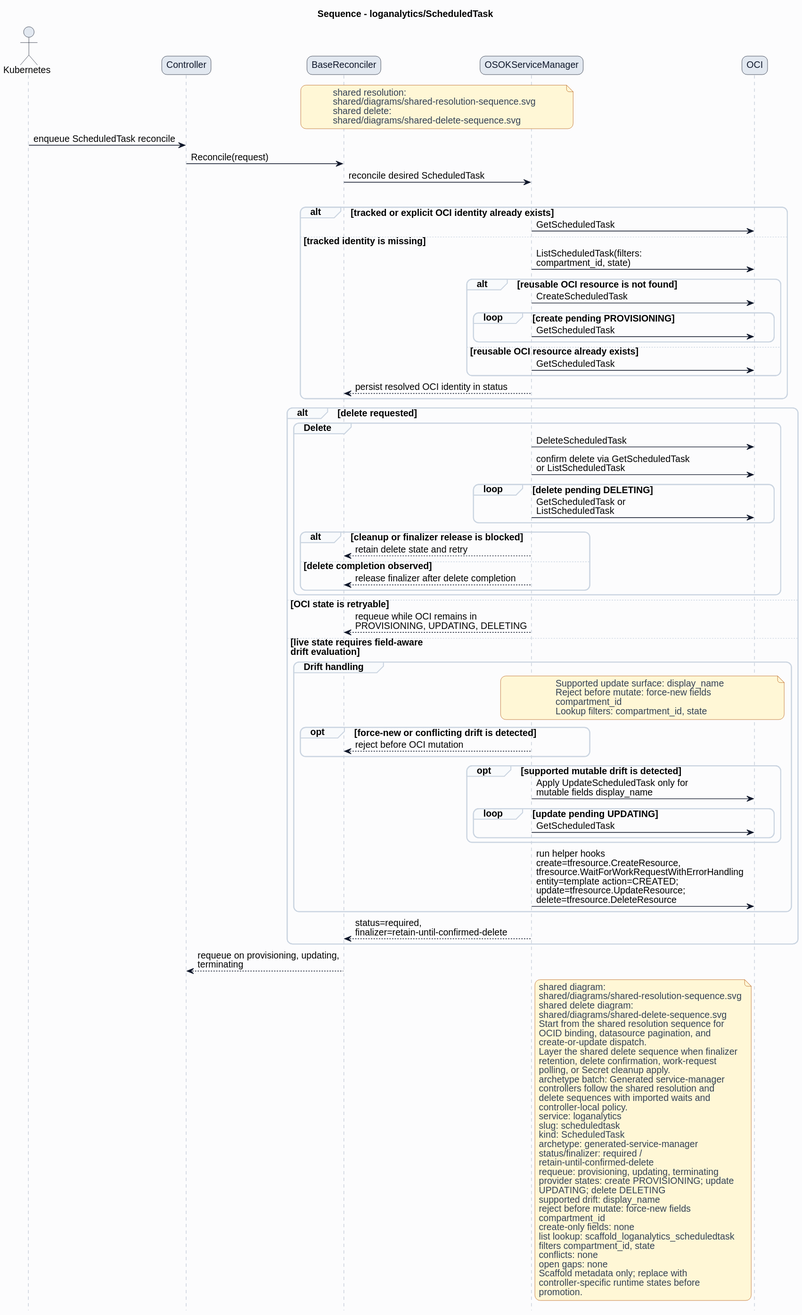
This is formal/controllers/loganalytics/scheduledtask/diagrams/sequence.svg from HaoyL666/oci-service-operator, a PlantUML export, as it was before one commit. Source of this version:
```plantuml
@startuml
skinparam shadowing false
skinparam backgroundColor #fcfcfd
skinparam defaultFontName Helvetica
skinparam defaultFontSize 14
skinparam arrowColor #0f172a
skinparam noteBackgroundColor #fff7d6
skinparam noteBorderColor #b45309
skinparam noteFontColor #334155
skinparam roundcorner 16
title Sequence - loganalytics/ScheduledTask
hide footbox
skinparam sequence {
  actorBorderColor #0f172a
  actorBackgroundColor #e2e8f0
  participantBorderColor #0f172a
  participantBackgroundColor #e2e8f0
  participantFontColor #0f172a
  lifeLineBorderColor #94a3b8
  groupBorderColor #cbd5e1
  groupBackgroundColor #f8fafc
}
actor Kubernetes
participant Controller
participant BaseReconciler
participant "OSOKServiceManager" as ServiceManager
participant OCI
note over BaseReconciler,ServiceManager
shared resolution:
shared/diagrams/shared-resolution-sequence.svg
shared delete:
shared/diagrams/shared-delete-sequence.svg
end note
Kubernetes -> Controller: enqueue ScheduledTask reconcile
Controller -> BaseReconciler: Reconcile(request)
BaseReconciler -> ServiceManager: reconcile desired ScheduledTask
group Lookup and bind
alt tracked or explicit OCI identity already exists
ServiceManager -> OCI: GetScheduledTask
else tracked identity is missing
ServiceManager -> OCI: ListScheduledTask(filters:\ncompartment_id, state)
alt reusable OCI resource is not found
ServiceManager -> OCI: CreateScheduledTask
loop create pending PROVISIONING
ServiceManager -> OCI: GetScheduledTask
end
else reusable OCI resource already exists
ServiceManager -> OCI: GetScheduledTask
end
ServiceManager --> BaseReconciler: persist resolved OCI identity in status
end
alt delete requested
group Delete
ServiceManager -> OCI: DeleteScheduledTask
ServiceManager -> OCI: confirm delete via GetScheduledTask\nor ListScheduledTask
loop delete pending DELETING
ServiceManager -> OCI: GetScheduledTask or\nListScheduledTask
end
alt cleanup or finalizer release is blocked
ServiceManager --> BaseReconciler: retain delete state and retry
else delete completion observed
ServiceManager --> BaseReconciler: release finalizer after delete completion
end
end
else OCI state is retryable
ServiceManager --> BaseReconciler: requeue while OCI remains in\nPROVISIONING, UPDATING, DELETING
else live state requires field-aware\ndrift evaluation
group Drift handling
note over ServiceManager,OCI
Supported update surface: display_name
Reject before mutate: force-new fields
compartment_id
Lookup filters: compartment_id, state
end note
opt force-new or conflicting drift is detected
ServiceManager --> BaseReconciler: reject before OCI mutation
end
opt supported mutable drift is detected
ServiceManager -> OCI: Apply UpdateScheduledTask only for\nmutable fields display_name
loop update pending UPDATING
ServiceManager -> OCI: GetScheduledTask
end
end
ServiceManager -> OCI: run helper hooks\ncreate=tfresource.CreateResource,\ntfresource.WaitForWorkRequestWithErrorHandling\nentity=template action=CREATED;\nupdate=tfresource.UpdateResource;\ndelete=tfresource.DeleteResource
end
ServiceManager --> BaseReconciler: status=required,\nfinalizer=retain-until-confirmed-delete
end
BaseReconciler --> Controller: requeue on provisioning, updating,\nterminating
note right of ServiceManager
shared diagram:
shared/diagrams/shared-resolution-sequence.svg
shared delete diagram:
shared/diagrams/shared-delete-sequence.svg
Start from the shared resolution sequence for
OCID binding, datasource pagination, and
create-or-update dispatch.
Layer the shared delete sequence when finalizer
retention, delete confirmation, work-request
polling, or Secret cleanup apply.
archetype batch: Generated service-manager
controllers follow the shared resolution and
delete sequences with imported waits and
controller-local policy.
service: loganalytics
slug: scheduledtask
kind: ScheduledTask
archetype: generated-service-manager
status/finalizer: required /
retain-until-confirmed-delete
requeue: provisioning, updating, terminating
provider states: create PROVISIONING; update
UPDATING; delete DELETING
supported drift: display_name
reject before mutate: force-new fields
compartment_id
create-only fields: none
list lookup: scaffold_loganalytics_scheduledtask
filters compartment_id, state
conflicts: none
open gaps: none
Scaffold metadata only; replace with
controller-specific runtime states before
promotion.
end note
@enduml
```
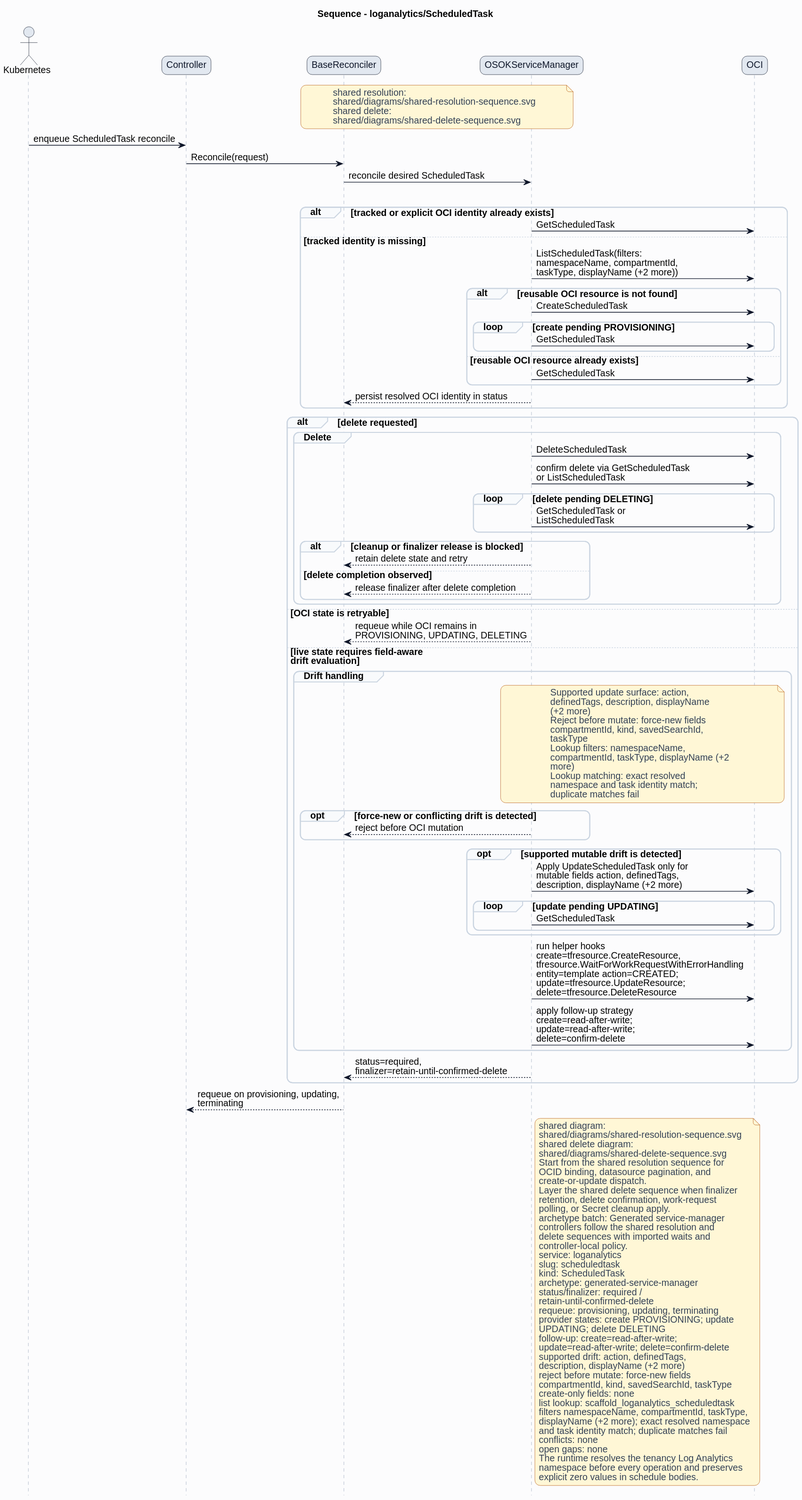
After the commit.

What changed in the source:
```diff
@@ -38,7 +38,7 @@
 alt tracked or explicit OCI identity already exists
 ServiceManager -> OCI: GetScheduledTask
 else tracked identity is missing
-ServiceManager -> OCI: ListScheduledTask(filters:\ncompartment_id, state)
+ServiceManager -> OCI: ListScheduledTask(filters:\nnamespaceName, compartmentId,\ntaskType, displayName (+2 more))
 alt reusable OCI resource is not found
 ServiceManager -> OCI: CreateScheduledTask
 loop create pending PROVISIONING
@@ -67,21 +67,30 @@
 else live state requires field-aware\ndrift evaluation
 group Drift handling
 note over ServiceManager,OCI
-Supported update surface: display_name
+Supported update surface: action,
+definedTags, description, displayName
+(+2 more)
 Reject before mutate: force-new fields
-compartment_id
-Lookup filters: compartment_id, state
+compartmentId, kind, savedSearchId,
+taskType
+Lookup filters: namespaceName,
+compartmentId, taskType, displayName (+2
+more)
+Lookup matching: exact resolved
+namespace and task identity match;
+duplicate matches fail
 end note
 opt force-new or conflicting drift is detected
 ServiceManager --> BaseReconciler: reject before OCI mutation
 end
 opt supported mutable drift is detected
-ServiceManager -> OCI: Apply UpdateScheduledTask only for\nmutable fields display_name
+ServiceManager -> OCI: Apply UpdateScheduledTask only for\nmutable fields action, definedTags,\ndescription, displayName (+2 more)
 loop update pending UPDATING
 ServiceManager -> OCI: GetScheduledTask
 end
 end
 ServiceManager -> OCI: run helper hooks\ncreate=tfresource.CreateResource,\ntfresource.WaitForWorkRequestWithErrorHandling\nentity=template action=CREATED;\nupdate=tfresource.UpdateResource;\ndelete=tfresource.DeleteResource
+ServiceManager -> OCI: apply follow-up strategy\ncreate=read-after-write;\nupdate=read-after-write;\ndelete=confirm-delete
 end
 ServiceManager --> BaseReconciler: status=required,\nfinalizer=retain-until-confirmed-delete
 end
@@ -110,16 +119,21 @@
 requeue: provisioning, updating, terminating
 provider states: create PROVISIONING; update
 UPDATING; delete DELETING
-supported drift: display_name
+follow-up: create=read-after-write;
+update=read-after-write; delete=confirm-delete
+supported drift: action, definedTags,
+description, displayName (+2 more)
 reject before mutate: force-new fields
-compartment_id
+compartmentId, kind, savedSearchId, taskType
 create-only fields: none
 list lookup: scaffold_loganalytics_scheduledtask
-filters compartment_id, state
+filters namespaceName, compartmentId, taskType,
+displayName (+2 more); exact resolved namespace
+and task identity match; duplicate matches fail
 conflicts: none
 open gaps: none
-Scaffold metadata only; replace with
-controller-specific runtime states before
-promotion.
+The runtime resolves the tenancy Log Analytics
+namespace before every operation and preserves
+explicit zero values in schedule bodies.
 end note
 @enduml
```
